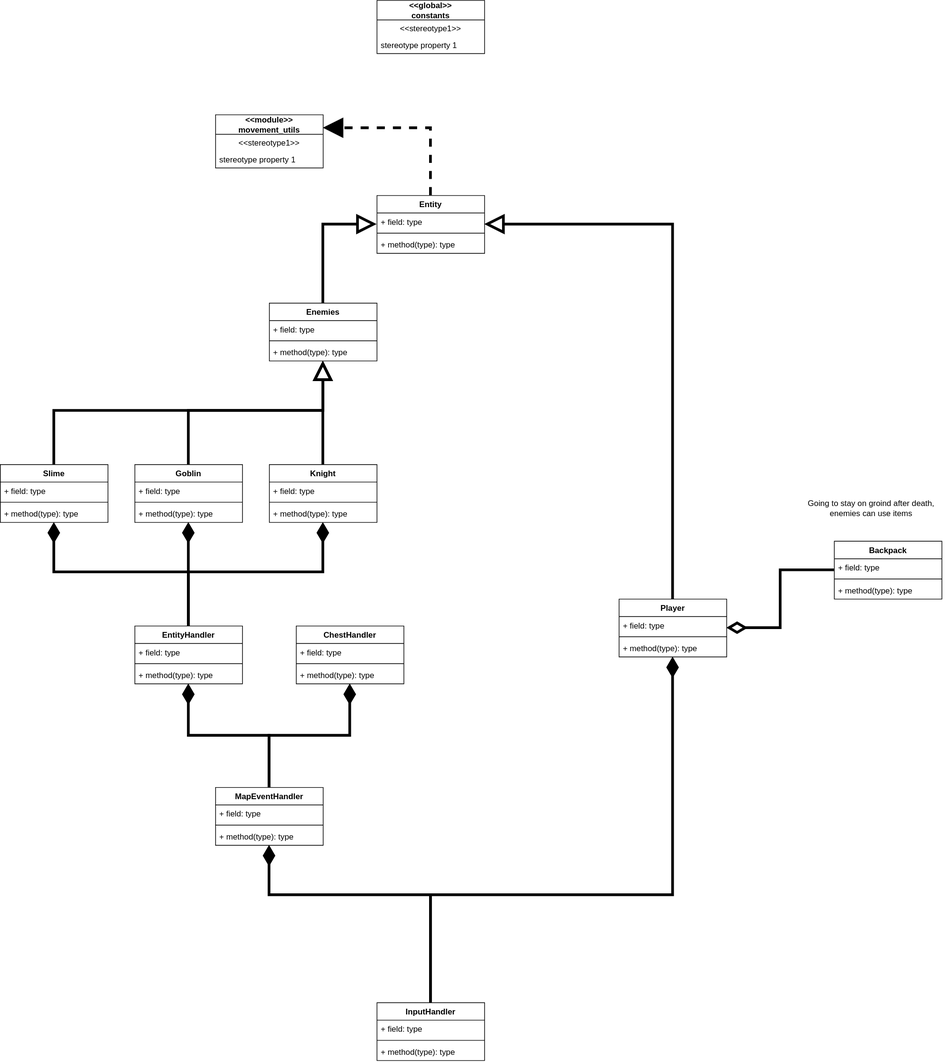
This is uml.drawio.svg from CodyPassino/dungeon-crawler, a draw.io export, as it was before one commit. Source tidied: cells renumbered, new cells last; positions are measured from the earlier drawing's top-left corner, leaving out a move shared by most shapes.
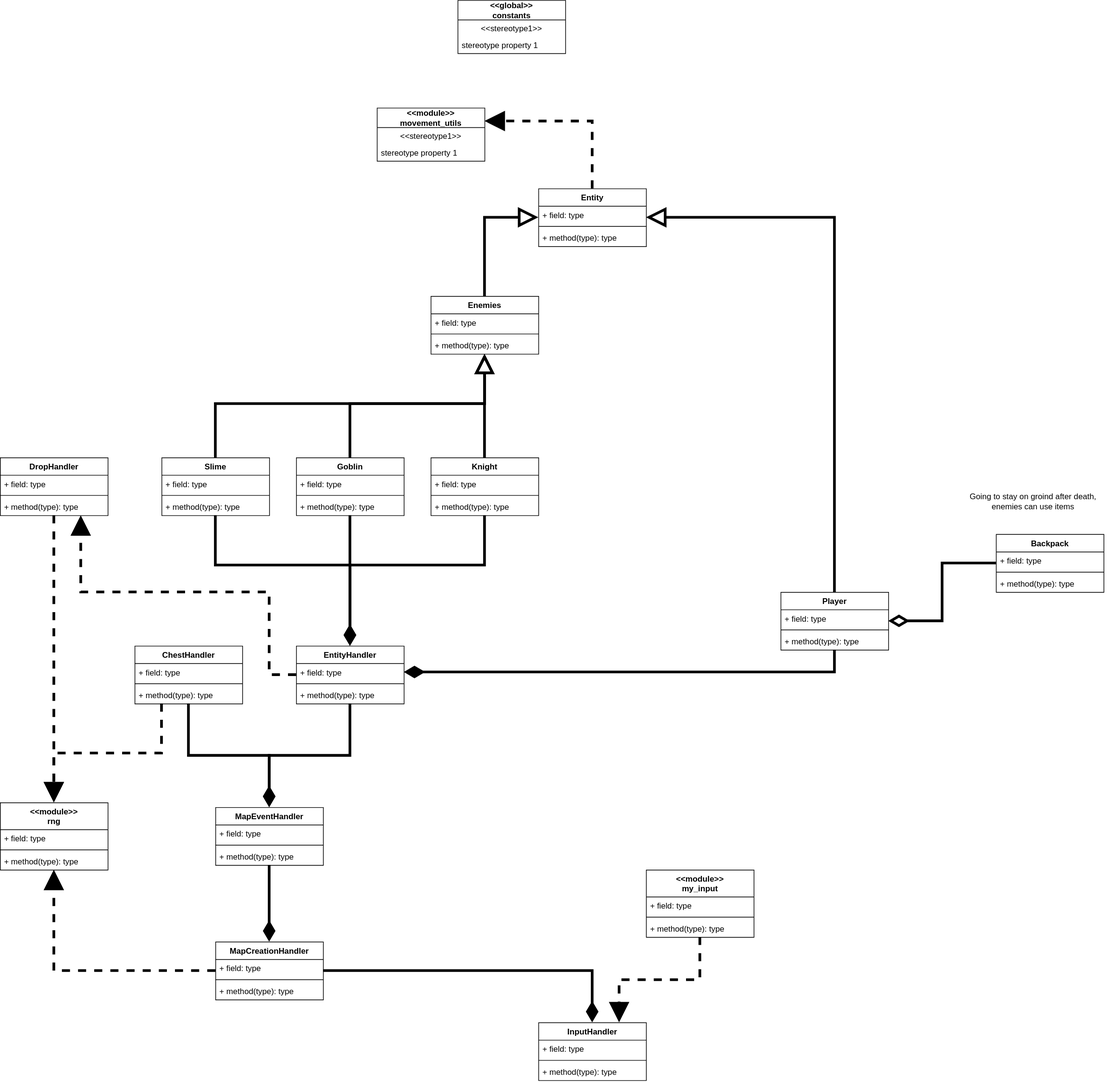
Later version of the same file.

The edit, as a diff of the source:
```diff
@@ -24,3 +24,3 @@
     <mxCell id="7" value="&amp;lt;&amp;lt;global&amp;gt;&amp;gt;&lt;div&gt;constants&lt;/div&gt;" style="swimlane;fontStyle=1;align=center;verticalAlign=middle;horizontal=1;startSize=29;html=1;whiteSpace=wrap;" parent="1" vertex="1">
-      <mxGeometry x="560" width="160" height="79" as="geometry" />
+      <mxGeometry x="440" y="10" width="160" height="79" as="geometry" />
     </mxCell>
@@ -54,2 +54,5 @@
     </mxCell>
+    <mxCell id="67" style="edgeStyle=orthogonalEdgeStyle;shape=connector;rounded=0;html=1;entryX=1;entryY=0.5;entryDx=0;entryDy=0;strokeColor=default;strokeWidth=4;align=center;verticalAlign=middle;fontFamily=Helvetica;fontSize=11;fontColor=default;labelBackgroundColor=default;startSize=6;endArrow=diamondThin;endFill=1;endSize=20;targetPerimeterSpacing=0;fixedPointSpacing=1;" parent="1" edge="1" source="16" target="45">
+      <mxGeometry relative="1" as="geometry" />
+    </mxCell>
     <mxCell id="16" value="&lt;div&gt;Player&lt;/div&gt;" style="swimlane;fontStyle=1;align=center;verticalAlign=top;horizontal=1;startSize=26;whiteSpace=wrap;html=1;" parent="1" vertex="1">
@@ -74,2 +77,10 @@
     </mxCell>
+    <mxCell id="68" style="edgeStyle=orthogonalEdgeStyle;shape=connector;rounded=0;html=1;entryX=0.5;entryY=0;entryDx=0;entryDy=0;strokeColor=default;strokeWidth=4;align=center;verticalAlign=middle;fontFamily=Helvetica;fontSize=11;fontColor=default;labelBackgroundColor=default;startSize=6;endArrow=diamondThin;endFill=1;endSize=20;targetPerimeterSpacing=0;fixedPointSpacing=1;" parent="1" edge="1" source="21" target="44">
+      <mxGeometry relative="1" as="geometry">
+        <Array as="points">
+          <mxPoint x="80" y="850" />
+          <mxPoint x="280" y="850" />
+        </Array>
+      </mxGeometry>
+    </mxCell>
     <mxCell id="21" value="&lt;div&gt;Slime&lt;/div&gt;" style="swimlane;fontStyle=1;align=center;verticalAlign=top;horizontal=1;startSize=26;whiteSpace=wrap;html=1;" parent="1" vertex="1">
@@ -94,2 +105,5 @@
     </mxCell>
+    <mxCell id="69" style="edgeStyle=orthogonalEdgeStyle;shape=connector;rounded=0;html=1;entryX=0.5;entryY=0;entryDx=0;entryDy=0;strokeColor=default;strokeWidth=4;align=center;verticalAlign=middle;fontFamily=Helvetica;fontSize=11;fontColor=default;labelBackgroundColor=default;startSize=6;endArrow=diamondThin;endFill=1;endSize=20;targetPerimeterSpacing=0;fixedPointSpacing=1;" parent="1" edge="1" source="26" target="44">
+      <mxGeometry relative="1" as="geometry" />
+    </mxCell>
     <mxCell id="26" value="&lt;div&gt;Goblin&lt;/div&gt;" style="swimlane;fontStyle=1;align=center;verticalAlign=top;horizontal=1;startSize=26;whiteSpace=wrap;html=1;" parent="1" vertex="1">
@@ -109,2 +123,10 @@
     </mxCell>
+    <mxCell id="70" style="edgeStyle=orthogonalEdgeStyle;shape=connector;rounded=0;html=1;entryX=0.5;entryY=0;entryDx=0;entryDy=0;strokeColor=default;strokeWidth=4;align=center;verticalAlign=middle;fontFamily=Helvetica;fontSize=11;fontColor=default;labelBackgroundColor=default;startSize=6;endArrow=diamondThin;endFill=1;endSize=20;targetPerimeterSpacing=0;fixedPointSpacing=1;" parent="1" edge="1" source="31" target="44">
+      <mxGeometry relative="1" as="geometry">
+        <Array as="points">
+          <mxPoint x="480" y="850" />
+          <mxPoint x="280" y="850" />
+        </Array>
+      </mxGeometry>
+    </mxCell>
     <mxCell id="31" value="Knight" style="swimlane;fontStyle=1;align=center;verticalAlign=top;horizontal=1;startSize=26;whiteSpace=wrap;html=1;" parent="1" vertex="1">
@@ -121,20 +143,4 @@
     </mxCell>
-    <mxCell id="35" style="edgeStyle=orthogonalEdgeStyle;shape=connector;rounded=0;html=1;entryX=0.5;entryY=1;entryDx=0;entryDy=0;strokeColor=default;strokeWidth=4;align=center;verticalAlign=middle;fontFamily=Helvetica;fontSize=11;fontColor=default;labelBackgroundColor=default;startSize=6;endArrow=diamondThin;endFill=1;endSize=20;targetPerimeterSpacing=0;fixedPointSpacing=1;" parent="1" edge="1" source="37" target="50">
-      <mxGeometry relative="1" as="geometry">
-        <Array as="points">
-          <mxPoint x="640" y="1330" />
-          <mxPoint x="400" y="1330" />
-        </Array>
-      </mxGeometry>
-    </mxCell>
-    <mxCell id="36" style="edgeStyle=orthogonalEdgeStyle;shape=connector;rounded=0;html=1;entryX=0.5;entryY=1;entryDx=0;entryDy=0;strokeColor=default;strokeWidth=4;align=center;verticalAlign=middle;fontFamily=Helvetica;fontSize=11;fontColor=default;labelBackgroundColor=default;startSize=6;endArrow=diamondThin;endFill=1;endSize=20;targetPerimeterSpacing=0;fixedPointSpacing=1;" parent="1" edge="1" source="37" target="16">
-      <mxGeometry relative="1" as="geometry">
-        <Array as="points">
-          <mxPoint x="640" y="1330" />
-          <mxPoint x="1000" y="1330" />
-        </Array>
-      </mxGeometry>
-    </mxCell>
     <mxCell id="37" value="InputHandler" style="swimlane;fontStyle=1;align=center;verticalAlign=top;horizontal=1;startSize=26;whiteSpace=wrap;html=1;" parent="1" vertex="1">
-      <mxGeometry x="560" y="1490" width="160" height="86" as="geometry" />
+      <mxGeometry x="560" y="1530" width="160" height="86" as="geometry" />
     </mxCell>
@@ -149,23 +155,16 @@
     </mxCell>
-    <mxCell id="41" style="edgeStyle=orthogonalEdgeStyle;shape=connector;rounded=0;html=1;entryX=0.5;entryY=1;entryDx=0;entryDy=0;strokeColor=default;strokeWidth=4;align=center;verticalAlign=middle;fontFamily=Helvetica;fontSize=11;fontColor=default;labelBackgroundColor=default;startSize=6;endArrow=diamondThin;endFill=1;endSize=20;targetPerimeterSpacing=0;fixedPointSpacing=1;" parent="1" edge="1" source="44" target="26">
-      <mxGeometry relative="1" as="geometry" />
-    </mxCell>
-    <mxCell id="42" style="edgeStyle=orthogonalEdgeStyle;shape=connector;rounded=0;html=1;entryX=0.5;entryY=1;entryDx=0;entryDy=0;strokeColor=default;strokeWidth=4;align=center;verticalAlign=middle;fontFamily=Helvetica;fontSize=11;fontColor=default;labelBackgroundColor=default;startSize=6;endArrow=diamondThin;endFill=1;endSize=20;targetPerimeterSpacing=0;fixedPointSpacing=1;" parent="1" edge="1" source="44" target="31">
-      <mxGeometry relative="1" as="geometry">
-        <Array as="points">
-          <mxPoint x="280" y="850" />
-          <mxPoint x="480" y="850" />
-        </Array>
-      </mxGeometry>
-    </mxCell>
-    <mxCell id="43" style="edgeStyle=orthogonalEdgeStyle;shape=connector;rounded=0;html=1;entryX=0.5;entryY=1;entryDx=0;entryDy=0;strokeColor=default;strokeWidth=4;align=center;verticalAlign=middle;fontFamily=Helvetica;fontSize=11;fontColor=default;labelBackgroundColor=default;startSize=6;endArrow=diamondThin;endFill=1;endSize=20;targetPerimeterSpacing=0;fixedPointSpacing=1;" parent="1" edge="1" source="44" target="21">
-      <mxGeometry relative="1" as="geometry">
-        <Array as="points">
-          <mxPoint x="280" y="850" />
-          <mxPoint x="80" y="850" />
-        </Array>
-      </mxGeometry>
-    </mxCell>
+    <mxCell id="71" style="edgeStyle=orthogonalEdgeStyle;shape=connector;rounded=0;html=1;entryX=0.5;entryY=0;entryDx=0;entryDy=0;strokeColor=default;strokeWidth=4;align=center;verticalAlign=middle;fontFamily=Helvetica;fontSize=11;fontColor=default;labelBackgroundColor=default;startSize=6;endArrow=diamondThin;endFill=1;endSize=20;targetPerimeterSpacing=0;fixedPointSpacing=1;" parent="1" edge="1" source="44" target="50">
+      <mxGeometry relative="1" as="geometry" />
+    </mxCell>
+    <mxCell id="72" style="edgeStyle=orthogonalEdgeStyle;shape=connector;rounded=0;html=1;entryX=0.75;entryY=1;entryDx=0;entryDy=0;strokeColor=default;strokeWidth=4;align=center;verticalAlign=middle;fontFamily=Helvetica;fontSize=11;fontColor=default;labelBackgroundColor=default;startSize=6;endArrow=block;endFill=1;endSize=20;targetPerimeterSpacing=0;fixedPointSpacing=1;dashed=1;exitX=0;exitY=0.5;exitDx=0;exitDy=0;" parent="1" edge="1" source="44" target="87">
+      <mxGeometry x="-0.07" relative="1" as="geometry">
+        <Array as="points">
+          <mxPoint x="160" y="1013" />
+          <mxPoint x="160" y="890" />
+          <mxPoint x="-120" y="890" />
+        </Array>
+      </mxGeometry>
+    </mxCell>
     <mxCell id="44" value="EntityHandler" style="swimlane;fontStyle=1;align=center;verticalAlign=top;horizontal=1;startSize=26;whiteSpace=wrap;html=1;" parent="1" vertex="1">
-      <mxGeometry x="200" y="930" width="160" height="86" as="geometry" />
+      <mxGeometry x="200" y="970" width="160" height="86" as="geometry" />
     </mxCell>
@@ -180,10 +179,7 @@
     </mxCell>
-    <mxCell id="48" style="edgeStyle=orthogonalEdgeStyle;shape=connector;rounded=0;html=1;entryX=0.5;entryY=1;entryDx=0;entryDy=0;strokeColor=default;strokeWidth=4;align=center;verticalAlign=middle;fontFamily=Helvetica;fontSize=11;fontColor=default;labelBackgroundColor=default;startSize=6;endArrow=diamondThin;endFill=1;endSize=20;targetPerimeterSpacing=0;fixedPointSpacing=1;" parent="1" edge="1" source="50" target="44">
-      <mxGeometry relative="1" as="geometry" />
-    </mxCell>
-    <mxCell id="49" style="edgeStyle=orthogonalEdgeStyle;shape=connector;rounded=0;html=1;entryX=0.5;entryY=1;entryDx=0;entryDy=0;strokeColor=default;strokeWidth=4;align=center;verticalAlign=middle;fontFamily=Helvetica;fontSize=11;fontColor=default;labelBackgroundColor=default;startSize=6;endArrow=diamondThin;endFill=1;endSize=20;targetPerimeterSpacing=0;fixedPointSpacing=1;" parent="1" edge="1" source="50" target="54">
-      <mxGeometry relative="1" as="geometry" />
-    </mxCell>
+    <mxCell id="73" style="edgeStyle=orthogonalEdgeStyle;shape=connector;rounded=0;html=1;entryX=0.5;entryY=0;entryDx=0;entryDy=0;strokeColor=default;strokeWidth=4;align=center;verticalAlign=middle;fontFamily=Helvetica;fontSize=11;fontColor=default;labelBackgroundColor=default;startSize=6;endArrow=diamondThin;endFill=1;endSize=20;targetPerimeterSpacing=0;fixedPointSpacing=1;" parent="1" edge="1" source="50" target="78">
+      <mxGeometry relative="1" as="geometry" />
+    </mxCell>
     <mxCell id="50" value="MapEventHandler" style="swimlane;fontStyle=1;align=center;verticalAlign=top;horizontal=1;startSize=26;whiteSpace=wrap;html=1;" parent="1" vertex="1">
-      <mxGeometry x="320" y="1170" width="160" height="86" as="geometry" />
+      <mxGeometry x="80" y="1210" width="160" height="86" as="geometry" />
     </mxCell>
@@ -198,4 +194,10 @@
     </mxCell>
+    <mxCell id="74" style="edgeStyle=orthogonalEdgeStyle;shape=connector;rounded=0;html=1;entryX=0.5;entryY=0;entryDx=0;entryDy=0;dashed=1;strokeColor=default;strokeWidth=4;align=center;verticalAlign=middle;fontFamily=Helvetica;fontSize=11;fontColor=default;labelBackgroundColor=default;startSize=6;endArrow=block;endFill=1;endSize=20;targetPerimeterSpacing=0;fixedPointSpacing=1;exitX=0.25;exitY=1;exitDx=0;exitDy=0;" parent="1" edge="1" source="54" target="82">
+      <mxGeometry x="-0.13" relative="1" as="geometry" />
+    </mxCell>
+    <mxCell id="75" style="edgeStyle=orthogonalEdgeStyle;shape=connector;rounded=0;html=1;entryX=0.5;entryY=0;entryDx=0;entryDy=0;strokeColor=default;strokeWidth=4;align=center;verticalAlign=middle;fontFamily=Helvetica;fontSize=11;fontColor=default;labelBackgroundColor=default;startSize=6;endArrow=diamondThin;endFill=1;endSize=20;targetPerimeterSpacing=0;fixedPointSpacing=1;" parent="1" edge="1" source="54" target="50">
+      <mxGeometry relative="1" as="geometry" />
+    </mxCell>
     <mxCell id="54" value="ChestHandler" style="swimlane;fontStyle=1;align=center;verticalAlign=top;horizontal=1;startSize=26;whiteSpace=wrap;html=1;" parent="1" vertex="1">
-      <mxGeometry x="440" y="930" width="160" height="86" as="geometry" />
+      <mxGeometry x="-40" y="970" width="160" height="86" as="geometry" />
     </mxCell>
@@ -237,2 +239,62 @@
     </mxCell>
+    <mxCell id="76" style="edgeStyle=orthogonalEdgeStyle;shape=connector;rounded=0;html=1;entryX=0.5;entryY=0;entryDx=0;entryDy=0;strokeColor=default;strokeWidth=4;align=center;verticalAlign=middle;fontFamily=Helvetica;fontSize=11;fontColor=default;labelBackgroundColor=default;startSize=6;endArrow=diamondThin;endFill=1;endSize=20;targetPerimeterSpacing=0;fixedPointSpacing=1;" parent="1" edge="1" source="78" target="37">
+      <mxGeometry relative="1" as="geometry" />
+    </mxCell>
+    <mxCell id="77" style="edgeStyle=orthogonalEdgeStyle;shape=connector;rounded=0;html=1;entryX=0.5;entryY=1;entryDx=0;entryDy=0;dashed=1;strokeColor=default;strokeWidth=4;align=center;verticalAlign=middle;fontFamily=Helvetica;fontSize=11;fontColor=default;labelBackgroundColor=default;startSize=6;endArrow=block;endFill=1;endSize=20;targetPerimeterSpacing=0;fixedPointSpacing=1;" parent="1" edge="1" source="78" target="82">
+      <mxGeometry relative="1" as="geometry" />
+    </mxCell>
+    <mxCell id="78" value="MapCreationHandler" style="swimlane;fontStyle=1;align=center;verticalAlign=top;horizontal=1;startSize=26;whiteSpace=wrap;html=1;" parent="1" vertex="1">
+      <mxGeometry x="80" y="1410" width="160" height="86" as="geometry" />
+    </mxCell>
+    <mxCell id="79" value="+ field: type" style="text;strokeColor=none;fillColor=none;align=left;verticalAlign=top;spacingLeft=4;spacingRight=4;overflow=hidden;whiteSpace=wrap;html=1;" parent="78" vertex="1">
+      <mxGeometry y="26" width="160" height="26" as="geometry" />
+    </mxCell>
+    <mxCell id="80" style="line;strokeWidth=1;fillColor=none;align=left;verticalAlign=middle;spacingTop=-1;spacingLeft=3;spacingRight=3;labelPosition=right;strokeColor=inherit;" parent="78" vertex="1">
+      <mxGeometry y="52" width="160" height="8" as="geometry" />
+    </mxCell>
+    <mxCell id="81" value="+ method(type): type" style="text;strokeColor=none;fillColor=none;align=left;verticalAlign=top;spacingLeft=4;spacingRight=4;overflow=hidden;whiteSpace=wrap;html=1;" parent="78" vertex="1">
+      <mxGeometry y="60" width="160" height="26" as="geometry" />
+    </mxCell>
+    <mxCell id="82" value="&amp;lt;&amp;lt;module&amp;gt;&amp;gt;&lt;div&gt;&lt;font color=&quot;#000000&quot;&gt;rng&lt;br&gt;&lt;/font&gt;&lt;div&gt;&lt;br&gt;&lt;/div&gt;&lt;/div&gt;" style="swimlane;fontStyle=1;align=center;verticalAlign=top;horizontal=1;startSize=40;whiteSpace=wrap;html=1;" parent="1" vertex="1">
+      <mxGeometry x="-240" y="1203" width="160" height="100" as="geometry" />
+    </mxCell>
+    <mxCell id="83" value="+ field: type" style="text;strokeColor=none;fillColor=none;align=left;verticalAlign=top;spacingLeft=4;spacingRight=4;overflow=hidden;whiteSpace=wrap;html=1;" parent="82" vertex="1">
+      <mxGeometry y="40" width="160" height="26" as="geometry" />
+    </mxCell>
+    <mxCell id="84" style="line;strokeWidth=1;fillColor=none;align=left;verticalAlign=middle;spacingTop=-1;spacingLeft=3;spacingRight=3;labelPosition=right;strokeColor=inherit;" parent="82" vertex="1">
+      <mxGeometry y="66" width="160" height="8" as="geometry" />
+    </mxCell>
+    <mxCell id="85" value="+ method(type): type" style="text;strokeColor=none;fillColor=none;align=left;verticalAlign=top;spacingLeft=4;spacingRight=4;overflow=hidden;whiteSpace=wrap;html=1;" parent="82" vertex="1">
+      <mxGeometry y="74" width="160" height="26" as="geometry" />
+    </mxCell>
+    <mxCell id="86" style="edgeStyle=orthogonalEdgeStyle;shape=connector;rounded=0;html=1;strokeColor=default;strokeWidth=4;align=center;verticalAlign=middle;fontFamily=Helvetica;fontSize=11;fontColor=default;labelBackgroundColor=default;startSize=6;endArrow=block;endFill=1;endSize=20;targetPerimeterSpacing=0;fixedPointSpacing=1;dashed=1;entryX=0.5;entryY=0;entryDx=0;entryDy=0;" parent="1" edge="1" source="87" target="82">
+      <mxGeometry x="-0.61" relative="1" as="geometry" />
+    </mxCell>
+    <mxCell id="87" value="DropHandler" style="swimlane;fontStyle=1;align=center;verticalAlign=top;horizontal=1;startSize=26;whiteSpace=wrap;html=1;" parent="1" vertex="1">
+      <mxGeometry x="-240" y="690" width="160" height="86" as="geometry" />
+    </mxCell>
+    <mxCell id="88" value="+ field: type" style="text;strokeColor=none;fillColor=none;align=left;verticalAlign=top;spacingLeft=4;spacingRight=4;overflow=hidden;whiteSpace=wrap;html=1;" parent="87" vertex="1">
+      <mxGeometry y="26" width="160" height="26" as="geometry" />
+    </mxCell>
+    <mxCell id="89" style="line;strokeWidth=1;fillColor=none;align=left;verticalAlign=middle;spacingTop=-1;spacingLeft=3;spacingRight=3;labelPosition=right;strokeColor=inherit;" parent="87" vertex="1">
+      <mxGeometry y="52" width="160" height="8" as="geometry" />
+    </mxCell>
+    <mxCell id="90" value="+ method(type): type" style="text;strokeColor=none;fillColor=none;align=left;verticalAlign=top;spacingLeft=4;spacingRight=4;overflow=hidden;whiteSpace=wrap;html=1;" parent="87" vertex="1">
+      <mxGeometry y="60" width="160" height="26" as="geometry" />
+    </mxCell>
+    <mxCell id="91" style="edgeStyle=orthogonalEdgeStyle;shape=connector;rounded=0;html=1;entryX=0.75;entryY=0;entryDx=0;entryDy=0;strokeColor=default;strokeWidth=4;align=center;verticalAlign=middle;fontFamily=Helvetica;fontSize=11;fontColor=default;labelBackgroundColor=default;startSize=6;endArrow=block;endFill=1;endSize=20;targetPerimeterSpacing=0;fixedPointSpacing=1;dashed=1;" parent="1" edge="1" source="92" target="37">
+      <mxGeometry relative="1" as="geometry" />
+    </mxCell>
+    <mxCell id="92" value="&amp;lt;&amp;lt;module&amp;gt;&amp;gt;&lt;div&gt;my_input&lt;/div&gt;" style="swimlane;fontStyle=1;align=center;verticalAlign=top;horizontal=1;startSize=40;whiteSpace=wrap;html=1;" parent="1" vertex="1">
+      <mxGeometry x="720" y="1303" width="160" height="100" as="geometry" />
+    </mxCell>
+    <mxCell id="93" value="+ field: type" style="text;strokeColor=none;fillColor=none;align=left;verticalAlign=top;spacingLeft=4;spacingRight=4;overflow=hidden;whiteSpace=wrap;html=1;" parent="92" vertex="1">
+      <mxGeometry y="40" width="160" height="26" as="geometry" />
+    </mxCell>
+    <mxCell id="94" style="line;strokeWidth=1;fillColor=none;align=left;verticalAlign=middle;spacingTop=-1;spacingLeft=3;spacingRight=3;labelPosition=right;strokeColor=inherit;" parent="92" vertex="1">
+      <mxGeometry y="66" width="160" height="8" as="geometry" />
+    </mxCell>
+    <mxCell id="95" value="+ method(type): type" style="text;strokeColor=none;fillColor=none;align=left;verticalAlign=top;spacingLeft=4;spacingRight=4;overflow=hidden;whiteSpace=wrap;html=1;" parent="92" vertex="1">
+      <mxGeometry y="74" width="160" height="26" as="geometry" />
+    </mxCell>
   </root>
```
